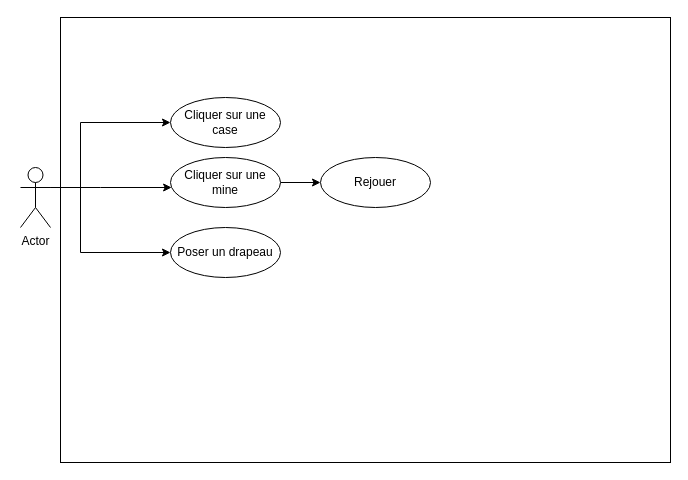
emilyllg/filrougeEJL keeps this draw.io diagram as usecasdiagram.drawio. Above is the earlier version. Source tidied: cells renumbered, new cells numbered last; positions are measured from the earlier drawing's top-left corner, leaving out a move shared by most shapes. Both pictures are drawn from the tidied source at 100%, with x=0, y=0 at pixel (20, 17).
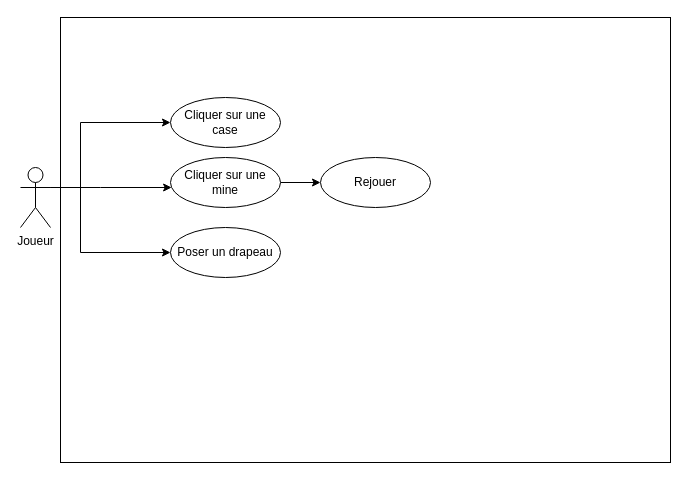
The same page after the edit.

Commit message (it also covers changes not shown here):
Mettre à jour usecasdiagram.drawio

Change to the diagram source:
```diff
@@
 <mxGraphModel>
   <root>
     <mxCell id="0" />
     <mxCell id="1" parent="0" />
-    <mxCell id="2" value="Actor" style="shape=umlActor;verticalLabelPosition=bottom;verticalAlign=top;html=1;outlineConnect=0;" parent="1" vertex="1">
+    <mxCell id="2" value="Joueur" style="shape=umlActor;verticalLabelPosition=bottom;verticalAlign=top;html=1;outlineConnect=0;" parent="1" vertex="1">
       <mxGeometry y="150" width="30" height="60" as="geometry" />
     </mxCell>
     <mxCell id="3" style="rounded=0;whiteSpace=wrap;html=1;" parent="1" vertex="1">
       <mxGeometry x="40" width="610" height="445" as="geometry" />
     </mxCell>
     <mxCell id="4" value="Cliquer sur une case " style="ellipse;whiteSpace=wrap;html=1;" parent="1" vertex="1">
       <mxGeometry x="150" y="80" width="110" height="50" as="geometry" />
     </mxCell>
     <mxCell id="5" value="Poser un drapeau" style="ellipse;whiteSpace=wrap;html=1;" parent="1" vertex="1">
       <mxGeometry x="150" y="210" width="110" height="50" as="geometry" />
     </mxCell>
     <mxCell id="6" value="Rejouer" style="ellipse;whiteSpace=wrap;html=1;" parent="1" vertex="1">
       <mxGeometry x="300" y="140" width="110" height="50" as="geometry" />
     </mxCell>
     <mxCell id="7" style="edgeStyle=orthogonalEdgeStyle;rounded=0;jettySize=auto;html=1;exitX=1;exitY=0.3333333333333333;exitDx=0;exitDy=0;exitPerimeter=0;" parent="1" edge="1" source="2" target="4">
       <mxGeometry relative="1" as="geometry">
         <Array as="points">
           <mxPoint x="60" y="170" />
           <mxPoint x="60" y="105" />
         </Array>
       </mxGeometry>
     </mxCell>
     <mxCell id="8" style="edgeStyle=orthogonalEdgeStyle;rounded=0;jettySize=auto;html=1;exitX=1;exitY=0.3333333333333333;exitDx=0;exitDy=0;exitPerimeter=0;" parent="1" edge="1" source="2" target="5">
       <mxGeometry relative="1" as="geometry">
         <Array as="points">
           <mxPoint x="60" y="170" />
           <mxPoint x="60" y="235" />
         </Array>
       </mxGeometry>
     </mxCell>
     <mxCell id="9" style="edgeStyle=orthogonalEdgeStyle;rounded=0;jettySize=auto;html=1;exitX=1;exitY=0.5;exitDx=0;exitDy=0;entryX=0;entryY=0.5;entryDx=0;entryDy=0;" parent="1" edge="1" source="10" target="6">
       <mxGeometry relative="1" as="geometry" />
     </mxCell>
     <mxCell id="10" value="Cliquer sur une mine " style="ellipse;whiteSpace=wrap;html=1;" parent="1" vertex="1">
       <mxGeometry x="150" y="140" width="110" height="50" as="geometry" />
     </mxCell>
     <mxCell id="11" style="edgeStyle=orthogonalEdgeStyle;rounded=0;jettySize=auto;html=1;exitX=1;exitY=0.3333333333333333;exitDx=0;exitDy=0;exitPerimeter=0;" parent="1" edge="1" source="2" target="10">
       <mxGeometry relative="1" as="geometry">
         <Array as="points">
           <mxPoint x="80" y="170" />
           <mxPoint x="80" y="170" />
         </Array>
       </mxGeometry>
     </mxCell>
   </root>
 </mxGraphModel>
```
